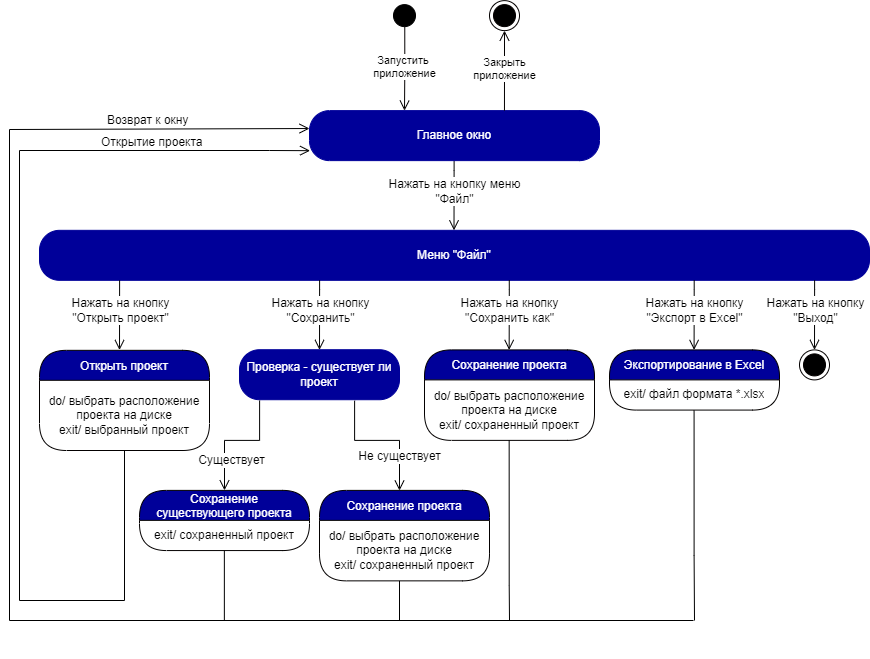
Earlier version of the draw.io export SM_Bloks/Menu/State_machine_menu_file.drawio.png (iCosmos76/Curriculum-Designer). Source tidied: cells renumbered, new cells last; positions are measured from the earlier drawing's top-left corner, leaving out a move shared by most shapes.
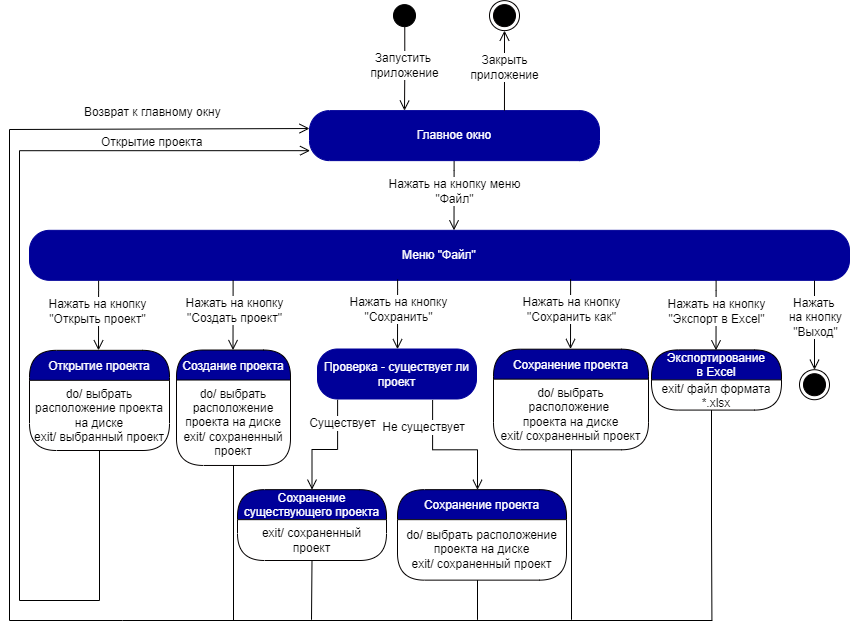
Above is the later version.

The edit, as a diff of the source:
```diff
@@ -6,6 +6,6 @@
       <mxGeometry relative="1" as="geometry">
-        <mxPoint x="444.6" y="160.1" as="sourcePoint" />
-        <mxPoint x="444.5" y="229.8" as="targetPoint" />
+        <mxPoint x="624.6" y="160.1" as="sourcePoint" />
+        <mxPoint x="624.5" y="229.8" as="targetPoint" />
         <Array as="points">
-          <mxPoint x="444.4" y="169.8" />
+          <mxPoint x="624.4" y="169.8" />
         </Array>
@@ -19,3 +19,3 @@
     <mxCell id="4" value="Меню &quot;Файл&quot;" style="rounded=1;whiteSpace=wrap;html=1;arcSize=40;fontColor=#FFFFFF;fillColor=#000099;strokeColor=#000099;" parent="1" vertex="1">
-      <mxGeometry x="30" y="229.8" width="830" height="50" as="geometry" />
+      <mxGeometry x="200" y="229.8" width="820" height="50" as="geometry" />
     </mxCell>
@@ -23,6 +23,6 @@
       <mxGeometry relative="1" as="geometry">
-        <mxPoint x="310.1" y="279.7" as="sourcePoint" />
-        <mxPoint x="310" y="349.4" as="targetPoint" />
+        <mxPoint x="568.1" y="279" as="sourcePoint" />
+        <mxPoint x="568" y="348.7" as="targetPoint" />
         <Array as="points">
-          <mxPoint x="309.9" y="289.4" />
+          <mxPoint x="567.9" y="288.7" />
         </Array>
@@ -36,6 +36,6 @@
     <mxCell id="7" value="Сохранение проекта" style="swimlane;fontStyle=0;align=center;verticalAlign=middle;horizontal=1;startSize=30;fontColor=#FFFFFF;rounded=1;arcSize=30;strokeColor=#030000;fillColor=#000099;swimlaneFillColor=#FFFFFF;fontSize=12;" parent="1" vertex="1">
-      <mxGeometry x="415" y="349.4" width="170" height="90.5" as="geometry" />
+      <mxGeometry x="664" y="348.7" width="155" height="100.6" as="geometry" />
     </mxCell>
-    <mxCell id="8" value="do/ выбрать расположение проекта на диске&lt;br&gt;exit/ сохраненный проект" style="text;html=1;strokeColor=none;fillColor=none;align=center;verticalAlign=middle;spacingLeft=4;spacingRight=4;whiteSpace=wrap;overflow=hidden;fontColor=#000000;fontSize=12;" parent="7" vertex="1">
-      <mxGeometry y="30" width="170" height="60.5" as="geometry" />
+    <mxCell id="8" value="do/ выбрать расположение &lt;br&gt;проекта на диске&lt;br&gt;exit/ сохраненный проект" style="text;html=1;strokeColor=none;fillColor=none;align=center;verticalAlign=middle;spacingLeft=4;spacingRight=4;whiteSpace=wrap;overflow=hidden;fontColor=#000000;fontSize=12;" parent="7" vertex="1">
+      <mxGeometry y="30" width="155" height="70.6" as="geometry" />
     </mxCell>
@@ -43,6 +43,6 @@
       <mxGeometry relative="1" as="geometry">
-        <mxPoint x="499.8" y="279.7" as="sourcePoint" />
-        <mxPoint x="499.7" y="349.4" as="targetPoint" />
+        <mxPoint x="741.1" y="278.8" as="sourcePoint" />
+        <mxPoint x="741" y="348.5" as="targetPoint" />
         <Array as="points">
-          <mxPoint x="499.6" y="289.4" />
+          <mxPoint x="740.9" y="288.5" />
         </Array>
@@ -55,8 +55,7 @@
     </mxCell>
-    <mxCell id="11" style="edgeStyle=orthogonalEdgeStyle;html=1;verticalAlign=bottom;endArrow=none;endSize=8;strokeColor=#000000;rounded=0;fontSize=10;endFill=0;" parent="1" edge="1">
+    <mxCell id="11" style="edgeStyle=orthogonalEdgeStyle;html=1;verticalAlign=bottom;endArrow=none;endSize=8;strokeColor=#000000;rounded=0;fontSize=10;endFill=0;exitX=0.5;exitY=1;exitDx=0;exitDy=0;" parent="1" edge="1" source="8">
       <mxGeometry relative="1" as="geometry">
-        <mxPoint x="499.7" y="439.9" as="sourcePoint" />
-        <mxPoint x="500" y="620" as="targetPoint" />
+        <mxPoint x="742" y="619.3" as="targetPoint" />
         <Array as="points">
-          <mxPoint x="500" y="584.6" />
+          <mxPoint x="742" y="619.3" />
         </Array>
@@ -65,6 +64,6 @@
     <mxCell id="12" value="Сохранение &#10;существующего проекта" style="swimlane;fontStyle=0;align=center;verticalAlign=middle;horizontal=1;startSize=30;fontColor=#FFFFFF;rounded=1;arcSize=30;strokeColor=#030000;fillColor=#000099;swimlaneFillColor=#FFFFFF;fontSize=12;" parent="1" vertex="1">
-      <mxGeometry x="130" y="489.9" width="170" height="60.2" as="geometry" />
+      <mxGeometry x="408" y="489.2" width="149" height="70.8" as="geometry" />
     </mxCell>
     <mxCell id="13" value="exit/ сохраненный проект" style="text;html=1;strokeColor=none;fillColor=none;align=center;verticalAlign=middle;spacingLeft=4;spacingRight=4;whiteSpace=wrap;overflow=hidden;fontColor=#000000;fontSize=12;" parent="12" vertex="1">
-      <mxGeometry y="30" width="170" height="30.2" as="geometry" />
+      <mxGeometry y="30" width="149" height="40.8" as="geometry" />
     </mxCell>
@@ -72,6 +71,6 @@
       <mxGeometry relative="1" as="geometry">
-        <mxPoint x="684.7" y="279.7" as="sourcePoint" />
-        <mxPoint x="684.6" y="349.4" as="targetPoint" />
+        <mxPoint x="886.6" y="280.1" as="sourcePoint" />
+        <mxPoint x="886.5" y="349.8" as="targetPoint" />
         <Array as="points">
-          <mxPoint x="684.5" y="289.4" />
+          <mxPoint x="886.4" y="289.8" />
         </Array>
@@ -84,7 +83,7 @@
     </mxCell>
-    <mxCell id="16" value="Экспортирование в Excel" style="swimlane;fontStyle=0;align=center;verticalAlign=middle;horizontal=1;startSize=30;fontColor=#FFFFFF;rounded=1;arcSize=30;strokeColor=#030000;fillColor=#000099;swimlaneFillColor=#FFFFFF;fontSize=12;" parent="1" vertex="1">
-      <mxGeometry x="600" y="349.4" width="170" height="60.2" as="geometry" />
+    <mxCell id="16" value="Экспортирование &#10;в Excel" style="swimlane;fontStyle=0;align=center;verticalAlign=middle;horizontal=1;startSize=30;fontColor=#FFFFFF;rounded=1;arcSize=30;strokeColor=#030000;fillColor=#000099;swimlaneFillColor=#FFFFFF;fontSize=12;" parent="1" vertex="1">
+      <mxGeometry x="822" y="349.4" width="130" height="60.2" as="geometry" />
     </mxCell>
     <mxCell id="17" value="exit/ файл формата *.xlsx" style="text;html=1;strokeColor=none;fillColor=none;align=center;verticalAlign=middle;spacingLeft=4;spacingRight=4;whiteSpace=wrap;overflow=hidden;fontColor=#000000;fontSize=12;" parent="16" vertex="1">
-      <mxGeometry y="30" width="170" height="30.2" as="geometry" />
+      <mxGeometry y="30" width="130" height="30.2" as="geometry" />
     </mxCell>
@@ -92,6 +91,7 @@
       <mxGeometry relative="1" as="geometry">
-        <mxPoint x="684.6" y="410.1" as="sourcePoint" />
-        <mxPoint x="685" y="620" as="targetPoint" />
+        <mxPoint x="882" y="409.6" as="sourcePoint" />
+        <mxPoint x="882.4" y="619.5" as="targetPoint" />
         <Array as="points">
-          <mxPoint x="685" y="554.8" />
+          <mxPoint x="882.4" y="519.5" />
+          <mxPoint x="882.4" y="519.5" />
         </Array>
@@ -99,8 +99,8 @@
     </mxCell>
-    <mxCell id="19" style="edgeStyle=orthogonalEdgeStyle;html=1;verticalAlign=bottom;endArrow=open;endSize=8;strokeColor=#000000;rounded=0;fontSize=10;exitX=0.097;exitY=1.006;exitDx=0;exitDy=0;exitPerimeter=0;entryX=0.154;entryY=0;entryDx=0;entryDy=0;entryPerimeter=0;" parent="1" edge="1">
+    <mxCell id="19" style="edgeStyle=orthogonalEdgeStyle;html=1;verticalAlign=bottom;endArrow=open;endSize=8;strokeColor=#000000;rounded=0;fontSize=10;entryX=0.5;entryY=0;entryDx=0;entryDy=0;" parent="1" edge="1" target="21">
       <mxGeometry relative="1" as="geometry">
-        <mxPoint x="805.1" y="279.7" as="sourcePoint" />
-        <mxPoint x="805" y="349.4" as="targetPoint" />
+        <mxPoint x="985" y="280" as="sourcePoint" />
         <Array as="points">
-          <mxPoint x="804.9" y="289.4" />
+          <mxPoint x="985" y="330" />
+          <mxPoint x="985" y="330" />
         </Array>
@@ -108,5 +108,5 @@
     </mxCell>
-    <mxCell id="20" value="Нажать на кнопку&lt;br&gt;&quot;Выход&quot;" style="edgeLabel;html=1;align=center;verticalAlign=middle;fontSize=12;labelBackgroundColor=default;" parent="19" vertex="1">
+    <mxCell id="20" value="Нажать &lt;br&gt;на кнопку&lt;br&gt;&quot;Выход&quot;" style="edgeLabel;html=1;align=center;verticalAlign=middle;fontSize=12;labelBackgroundColor=default;" parent="19" vertex="1">
       <mxGeometry x="-0.25" y="2" relative="1" as="geometry">
-        <mxPoint x="-2" y="4" as="offset" />
+        <mxPoint x="-2" y="3" as="offset" />
       </mxGeometry>
@@ -114,9 +114,9 @@
     <mxCell id="21" style="ellipse;html=1;shape=endState;fillColor=#000000;strokeColor=#030000;" parent="1" vertex="1">
-      <mxGeometry x="790" y="349.4" width="30" height="30" as="geometry" />
+      <mxGeometry x="970" y="369.2" width="30" height="30" as="geometry" />
     </mxCell>
     <mxCell id="22" value="&lt;span&gt;Главное окно&lt;/span&gt;" style="rounded=1;whiteSpace=wrap;html=1;arcSize=40;fontColor=#FFFFFF;fillColor=#000099;strokeColor=#000099;" parent="1" vertex="1">
-      <mxGeometry x="300" y="110.1" width="290" height="50" as="geometry" />
+      <mxGeometry x="480" y="110.1" width="290" height="50" as="geometry" />
     </mxCell>
     <mxCell id="23" value="Проверка - существует ли проект" style="rounded=1;whiteSpace=wrap;html=1;arcSize=40;fontColor=#FFFFFF;fillColor=#000099;strokeColor=#000099;" parent="1" vertex="1">
-      <mxGeometry x="230" y="349.2" width="160" height="50" as="geometry" />
+      <mxGeometry x="488" y="348.5" width="159" height="50" as="geometry" />
     </mxCell>
@@ -124,6 +124,6 @@
       <mxGeometry relative="1" as="geometry">
-        <mxPoint x="250.1" y="400" as="sourcePoint" />
+        <mxPoint x="508.1" y="399.3" as="sourcePoint" />
         <Array as="points">
-          <mxPoint x="250" y="439.9" />
-          <mxPoint x="215" y="439.9" />
+          <mxPoint x="508" y="449" />
+          <mxPoint x="483" y="449" />
         </Array>
@@ -133,3 +133,3 @@
       <mxGeometry x="-0.25" y="2" relative="1" as="geometry">
-        <mxPoint x="-22" y="18" as="offset" />
+        <mxPoint x="2" y="-20" as="offset" />
       </mxGeometry>
@@ -138,7 +138,7 @@
       <mxGeometry relative="1" as="geometry">
-        <mxPoint x="345.1" y="400.2" as="sourcePoint" />
-        <mxPoint x="390" y="490.1" as="targetPoint" />
+        <mxPoint x="603.1" y="399.5" as="sourcePoint" />
+        <mxPoint x="648" y="489.3" as="targetPoint" />
         <Array as="points">
-          <mxPoint x="345" y="439.9" />
-          <mxPoint x="390" y="439.9" />
+          <mxPoint x="603" y="449.3" />
+          <mxPoint x="648" y="449.3" />
         </Array>
@@ -148,3 +148,3 @@
       <mxGeometry x="-0.25" y="2" relative="1" as="geometry">
-        <mxPoint x="34" y="18" as="offset" />
+        <mxPoint x="-10" y="-21" as="offset" />
       </mxGeometry>
@@ -153,6 +153,6 @@
       <mxGeometry relative="1" as="geometry">
-        <mxPoint x="110.1" y="279.8" as="sourcePoint" />
-        <mxPoint x="110" y="349.5" as="targetPoint" />
+        <mxPoint x="269.1" y="280.1" as="sourcePoint" />
+        <mxPoint x="269" y="349.8" as="targetPoint" />
         <Array as="points">
-          <mxPoint x="109.9" y="289.5" />
+          <mxPoint x="268.9" y="289.8" />
         </Array>
@@ -162,10 +162,10 @@
       <mxGeometry x="-0.25" y="2" relative="1" as="geometry">
-        <mxPoint x="-2" y="4" as="offset" />
+        <mxPoint x="-4" y="4" as="offset" />
       </mxGeometry>
     </mxCell>
-    <mxCell id="30" value="Открыть проект" style="swimlane;fontStyle=0;align=center;verticalAlign=middle;horizontal=1;startSize=30;fontColor=#FFFFFF;rounded=1;arcSize=30;strokeColor=#030000;fillColor=#000099;swimlaneFillColor=#FFFFFF;fontSize=12;" parent="1" vertex="1">
-      <mxGeometry x="30" y="349.8" width="170" height="100.2" as="geometry" />
+    <mxCell id="30" value="Открытие проекта" style="swimlane;fontStyle=0;align=center;verticalAlign=middle;horizontal=1;startSize=30;fontColor=#FFFFFF;rounded=1;arcSize=30;strokeColor=#030000;fillColor=#000099;swimlaneFillColor=#FFFFFF;fontSize=12;" parent="1" vertex="1">
+      <mxGeometry x="200" y="349.8" width="140" height="100.2" as="geometry" />
     </mxCell>
     <mxCell id="31" value="do/ выбрать расположение проекта на диске&lt;br&gt;exit/ выбранный проект" style="text;html=1;strokeColor=none;fillColor=none;align=center;verticalAlign=middle;spacingLeft=4;spacingRight=4;whiteSpace=wrap;overflow=hidden;fontColor=#000000;fontSize=12;" parent="30" vertex="1">
-      <mxGeometry y="30" width="170" height="70.2" as="geometry" />
+      <mxGeometry y="30" width="140" height="70.2" as="geometry" />
     </mxCell>
@@ -174,6 +174,5 @@
         <Array as="points">
-          <mxPoint x="115" y="600" />
-          <mxPoint x="10" y="600" />
-          <mxPoint x="10" y="150" />
-          <mxPoint x="260" y="150" />
+          <mxPoint x="270" y="600" />
+          <mxPoint x="190" y="600" />
+          <mxPoint x="190" y="150" />
         </Array>
@@ -187,21 +186,21 @@
     <mxCell id="34" value="Сохранение проекта" style="swimlane;fontStyle=0;align=center;verticalAlign=middle;horizontal=1;startSize=30;fontColor=#FFFFFF;rounded=1;arcSize=30;strokeColor=#030000;fillColor=#000099;swimlaneFillColor=#FFFFFF;fontSize=12;" parent="1" vertex="1">
-      <mxGeometry x="310" y="489.9" width="170" height="90.5" as="geometry" />
+      <mxGeometry x="568" y="489.2" width="169" height="90.5" as="geometry" />
     </mxCell>
     <mxCell id="35" value="do/ выбрать расположение проекта на диске&lt;br&gt;exit/ сохраненный проект" style="text;html=1;strokeColor=none;fillColor=none;align=center;verticalAlign=middle;spacingLeft=4;spacingRight=4;whiteSpace=wrap;overflow=hidden;fontColor=#000000;fontSize=12;" parent="34" vertex="1">
-      <mxGeometry y="30" width="170" height="60.5" as="geometry" />
+      <mxGeometry y="30" width="169" height="60.5" as="geometry" />
     </mxCell>
     <mxCell id="36" style="ellipse;html=1;shape=startState;fillColor=#000000;strokeColor=#000000;fontColor=#000099;" parent="1" vertex="1">
-      <mxGeometry x="380" y="0.1" width="30" height="30" as="geometry" />
+      <mxGeometry x="560" y="0.1" width="30" height="30" as="geometry" />
     </mxCell>
-    <mxCell id="37" value="Запустить &lt;br style=&quot;font-size: 11px;&quot;&gt;приложение" style="edgeStyle=orthogonalEdgeStyle;html=1;verticalAlign=bottom;endArrow=open;endSize=8;strokeColor=#030000;rounded=0;exitX=0.509;exitY=0.876;exitDx=0;exitDy=0;exitPerimeter=0;spacingBottom=-14;fontSize=11;" parent="1" edge="1" source="36">
+    <mxCell id="37" value="&lt;font style=&quot;font-size: 12px&quot;&gt;Запустить &lt;br&gt;приложение&lt;/font&gt;" style="edgeStyle=orthogonalEdgeStyle;html=1;verticalAlign=bottom;endArrow=open;endSize=8;strokeColor=#030000;rounded=0;exitX=0.509;exitY=0.876;exitDx=0;exitDy=0;exitPerimeter=0;spacingBottom=-14;fontSize=11;" parent="1" edge="1" source="36">
       <mxGeometry relative="1" as="geometry">
-        <mxPoint x="395" y="110.1" as="targetPoint" />
+        <mxPoint x="575" y="110.1" as="targetPoint" />
       </mxGeometry>
     </mxCell>
-    <mxCell id="38" value="Закрыть&lt;br style=&quot;font-size: 11px;&quot;&gt;приложение" style="edgeStyle=orthogonalEdgeStyle;html=1;verticalAlign=bottom;endArrow=open;endSize=8;strokeColor=#030000;rounded=0;spacingBottom=-14;fontSize=11;entryX=0.5;entryY=1;entryDx=0;entryDy=0;exitX=0.781;exitY=0;exitDx=0;exitDy=0;exitPerimeter=0;" parent="1" edge="1" target="39">
+    <mxCell id="38" value="&lt;font style=&quot;font-size: 12px&quot;&gt;Закрыть&lt;br&gt;приложение&lt;/font&gt;" style="edgeStyle=orthogonalEdgeStyle;html=1;verticalAlign=bottom;endArrow=open;endSize=8;strokeColor=#030000;rounded=0;spacingBottom=-14;fontSize=11;entryX=0.5;entryY=1;entryDx=0;entryDy=0;exitX=0.781;exitY=0;exitDx=0;exitDy=0;exitPerimeter=0;" parent="1" edge="1" target="39">
       <mxGeometry relative="1" as="geometry">
-        <mxPoint x="495" y="110.1" as="sourcePoint" />
+        <mxPoint x="675" y="110.1" as="sourcePoint" />
         <Array as="points">
-          <mxPoint x="495" y="70.1" />
-          <mxPoint x="495" y="70.1" />
+          <mxPoint x="675" y="70.1" />
+          <mxPoint x="675" y="70.1" />
         </Array>
@@ -210,3 +209,3 @@
     <mxCell id="39" style="ellipse;html=1;shape=endState;fillColor=#000000;strokeColor=#030000;" parent="1" vertex="1">
-      <mxGeometry x="480" y="0.1" width="30" height="30" as="geometry" />
+      <mxGeometry x="660" y="0.1" width="30" height="30" as="geometry" />
     </mxCell>
@@ -214,4 +213,4 @@
       <mxGeometry relative="1" as="geometry">
-        <mxPoint x="110" y="620" as="sourcePoint" />
-        <mxPoint x="684" y="620" as="targetPoint" />
+        <mxPoint x="293" y="620" as="sourcePoint" />
+        <mxPoint x="883" y="620" as="targetPoint" />
       </mxGeometry>
@@ -220,7 +219,7 @@
       <mxGeometry relative="1" as="geometry">
-        <mxPoint x="113" y="620" as="sourcePoint" />
+        <mxPoint x="293" y="620" as="sourcePoint" />
         <Array as="points">
-          <mxPoint y="620" />
-          <mxPoint y="129" />
-          <mxPoint x="300" y="129" />
+          <mxPoint x="180" y="620" />
+          <mxPoint x="180" y="129" />
+          <mxPoint x="480" y="129" />
         </Array>
@@ -230,6 +229,6 @@
       <mxGeometry relative="1" as="geometry">
-        <mxPoint x="390.4" y="580.4" as="sourcePoint" />
-        <mxPoint x="390" y="620.1" as="targetPoint" />
+        <mxPoint x="648.4" y="579.6" as="sourcePoint" />
+        <mxPoint x="648" y="619.4" as="targetPoint" />
         <Array as="points">
-          <mxPoint x="390" y="620.4" />
+          <mxPoint x="648" y="619.7" />
         </Array>
@@ -237,14 +236,45 @@
     </mxCell>
-    <mxCell id="43" style="endArrow=none;html=1;rounded=0;" parent="1" edge="1">
+    <mxCell id="43" style="endArrow=none;html=1;rounded=0;entryX=0.5;entryY=1;entryDx=0;entryDy=0;" parent="1" edge="1" target="13">
       <mxGeometry relative="1" as="geometry">
-        <mxPoint x="214.9" y="620" as="sourcePoint" />
-        <mxPoint x="214.9" y="550.1" as="targetPoint" />
+        <mxPoint x="482" y="619.3" as="sourcePoint" />
       </mxGeometry>
     </mxCell>
-    <mxCell id="44" value="&lt;span style=&quot;color: rgb(0 , 0 , 0) ; font-family: &amp;#34;helvetica&amp;#34; ; font-size: 12px ; font-style: normal ; font-weight: 400 ; letter-spacing: normal ; text-align: center ; text-indent: 0px ; text-transform: none ; word-spacing: 0px ; background-color: rgb(255 , 255 , 255) ; display: inline ; float: none&quot;&gt;Возврат&amp;nbsp;&lt;/span&gt;&lt;span style=&quot;color: rgb(0 , 0 , 0) ; font-family: &amp;#34;helvetica&amp;#34; ; font-size: 12px ; font-style: normal ; font-weight: 400 ; letter-spacing: normal ; text-align: center ; text-indent: 0px ; text-transform: none ; word-spacing: 0px ; background-color: rgb(255 , 255 , 255) ; display: inline ; float: none&quot;&gt;к окну&lt;/span&gt;" style="text;whiteSpace=wrap;html=1;" parent="1" vertex="1">
-      <mxGeometry x="96" y="106.1" width="100" height="30" as="geometry" />
+    <mxCell id="44" value="&lt;span style=&quot;color: rgb(0 , 0 , 0) ; font-family: &amp;#34;helvetica&amp;#34; ; font-size: 12px ; font-style: normal ; font-weight: 400 ; letter-spacing: normal ; text-align: center ; text-indent: 0px ; text-transform: none ; word-spacing: 0px ; background-color: rgb(255 , 255 , 255) ; display: inline ; float: none&quot;&gt;Возврат&amp;nbsp;&lt;/span&gt;&lt;span style=&quot;color: rgb(0 , 0 , 0) ; font-family: &amp;#34;helvetica&amp;#34; ; font-size: 12px ; font-style: normal ; font-weight: 400 ; letter-spacing: normal ; text-align: center ; text-indent: 0px ; text-transform: none ; word-spacing: 0px ; background-color: rgb(255 , 255 , 255) ; display: inline ; float: none&quot;&gt;к главному окну&lt;/span&gt;" style="text;whiteSpace=wrap;html=1;" parent="1" vertex="1">
+      <mxGeometry x="253" y="98.1" width="154" height="30" as="geometry" />
     </mxCell>
     <mxCell id="45" value="&lt;div style=&quot;text-align: center&quot;&gt;&lt;font face=&quot;helvetica&quot;&gt;&lt;span style=&quot;background-color: rgb(255 , 255 , 255)&quot;&gt;Открытие проекта&lt;/span&gt;&lt;/font&gt;&lt;/div&gt;" style="text;whiteSpace=wrap;html=1;" parent="1" vertex="1">
-      <mxGeometry x="90" y="128.1" width="120" height="30" as="geometry" />
+      <mxGeometry x="270" y="128.1" width="120" height="30" as="geometry" />
     </mxCell>
+    <mxCell id="46" value="Создание проекта" style="swimlane;fontStyle=0;align=center;verticalAlign=middle;horizontal=1;startSize=30;fontColor=#FFFFFF;rounded=1;arcSize=30;strokeColor=#030000;fillColor=#000099;swimlaneFillColor=#FFFFFF;fontSize=12;" parent="1" vertex="1">
+      <mxGeometry x="347" y="349.5" width="114" height="115.5" as="geometry" />
+    </mxCell>
+    <mxCell id="47" value="do/ выбрать расположение проекта на диске&lt;br&gt;exit/ сохраненный проект" style="text;html=1;strokeColor=none;fillColor=none;align=center;verticalAlign=middle;spacingLeft=4;spacingRight=4;whiteSpace=wrap;overflow=hidden;fontColor=#000000;fontSize=12;" parent="46" vertex="1">
+      <mxGeometry y="30" width="114" height="85.5" as="geometry" />
+    </mxCell>
+    <mxCell id="48" value="do/ выбрать расположение проекта на диске&lt;br&gt;exit/ сохраненный проект" style="text;html=1;strokeColor=none;fillColor=none;align=center;verticalAlign=middle;spacingLeft=4;spacingRight=4;whiteSpace=wrap;overflow=hidden;fontColor=#000000;fontSize=12;" parent="46" vertex="1">
+      <mxGeometry y="115.5" width="114" as="geometry" />
+    </mxCell>
+    <mxCell id="49" style="edgeStyle=orthogonalEdgeStyle;html=1;verticalAlign=bottom;endArrow=open;endSize=8;strokeColor=#000000;rounded=0;fontSize=10;exitX=0.097;exitY=1.006;exitDx=0;exitDy=0;exitPerimeter=0;entryX=0.154;entryY=0;entryDx=0;entryDy=0;entryPerimeter=0;" parent="1" edge="1">
+      <mxGeometry relative="1" as="geometry">
+        <mxPoint x="403.6" y="279.8" as="sourcePoint" />
+        <mxPoint x="403.5" y="349.5" as="targetPoint" />
+        <Array as="points">
+          <mxPoint x="403.4" y="289.5" />
+        </Array>
+      </mxGeometry>
+    </mxCell>
+    <mxCell id="50" value="Нажать на кнопку&lt;br&gt;&quot;Создать проект&quot;" style="edgeLabel;html=1;align=center;verticalAlign=middle;fontSize=12;labelBackgroundColor=default;" parent="49" vertex="1">
+      <mxGeometry x="-0.25" y="2" relative="1" as="geometry">
+        <mxPoint x="-1" y="4" as="offset" />
+      </mxGeometry>
+    </mxCell>
+    <mxCell id="51" style="edgeStyle=orthogonalEdgeStyle;html=1;verticalAlign=bottom;endArrow=none;endSize=8;strokeColor=#000000;rounded=0;fontSize=10;endFill=0;exitX=0.5;exitY=1;exitDx=0;exitDy=0;" parent="1" edge="1">
+      <mxGeometry relative="1" as="geometry">
+        <mxPoint x="403.5" y="465" as="sourcePoint" />
+        <mxPoint x="404" y="620.4" as="targetPoint" />
+        <Array as="points">
+          <mxPoint x="404" y="620.4" />
+        </Array>
+      </mxGeometry>
+    </mxCell>
   </root>
```
